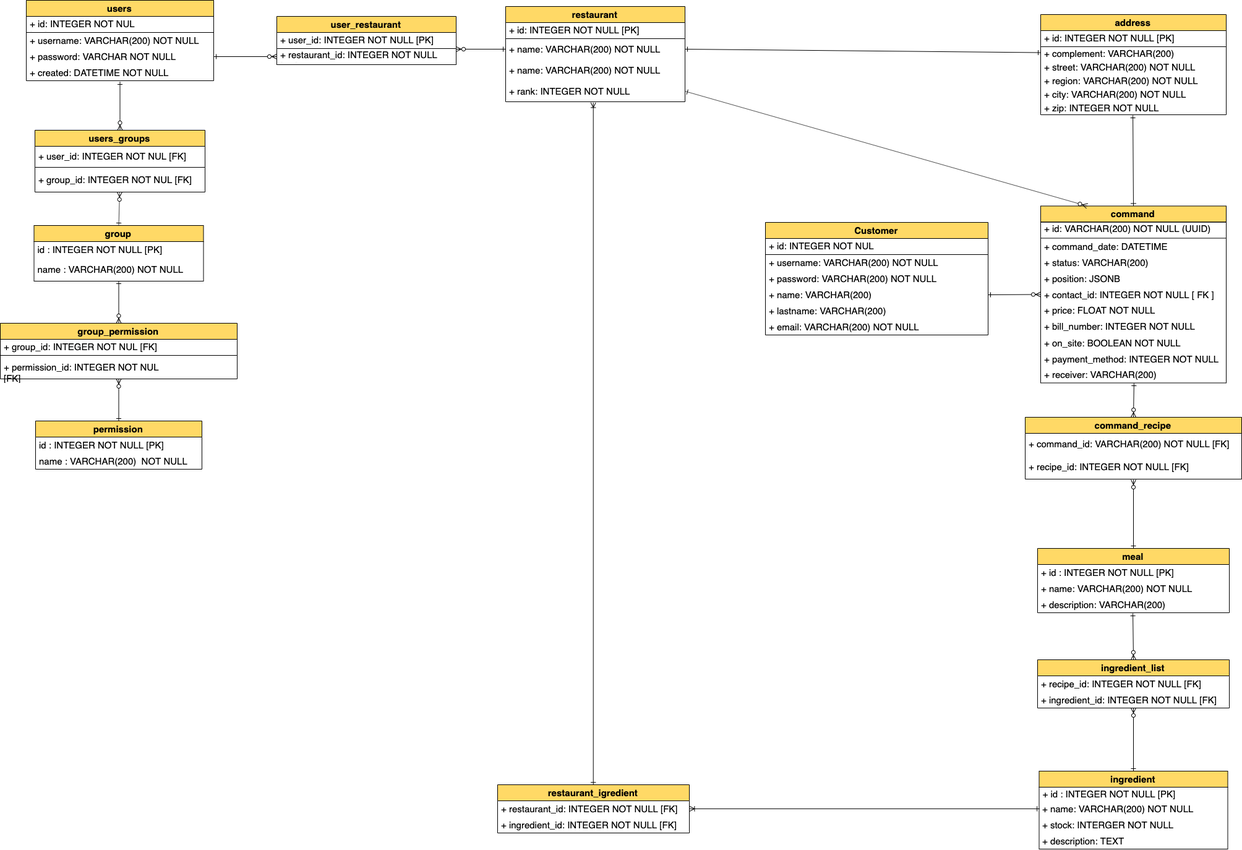
Before: docs/physical data model/physical data model pizzeria.png, a diagram exported from draw.io (ritchy7/cosotespi). Source tidied: cells renumbered, new cells last; positions are measured from the earlier drawing's top-left corner, leaving out a move shared by most shapes.
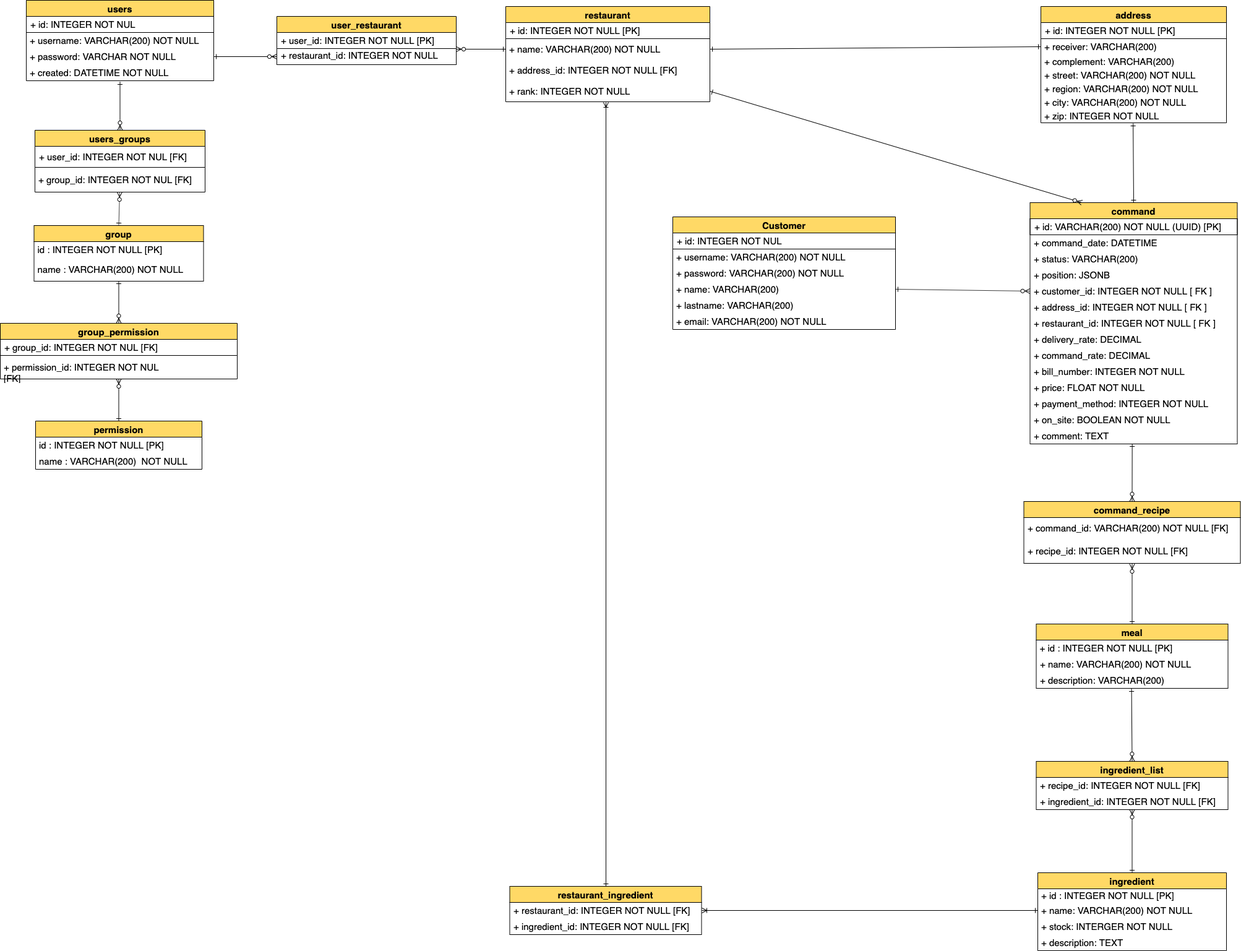
After the change.

Commit message:
create link between resturant and ingredient

What changed in the source:
```diff
@@ -75,7 +75,7 @@
       <mxGeometry y="104" width="303" height="26" as="geometry" />
     </mxCell>
     <mxCell id="26" value="Customer" style="swimlane;fontStyle=1;horizontal=1;startSize=26;fillColor=#FFD966;swimlaneFillColor=#ffffff;align=center;fontSize=15;strokeColor=#000000;verticalAlign=middle;" parent="1" vertex="1">
-      <mxGeometry x="1237" y="359" width="360" height="182" as="geometry" />
+      <mxGeometry x="1087" y="350" width="360" height="182" as="geometry" />
     </mxCell>
     <mxCell id="27" value="+ id: INTEGER NOT NUL [PK]" style="text;html=1;strokeColor=#000000;fillColor=none;align=left;verticalAlign=middle;spacingLeft=4;spacingRight=4;whiteSpace=wrap;overflow=hidden;fontSize=15;" parent="26" vertex="1">
       <mxGeometry y="26" width="360" height="26" as="geometry" />
@@ -96,7 +96,7 @@
       <mxGeometry y="156" width="360" height="26" as="geometry" />
     </mxCell>
     <mxCell id="33" value="command_recipe" style="swimlane;fontStyle=1;horizontal=1;startSize=26;fillColor=#FFD966;swimlaneFillColor=#ffffff;align=center;fontSize=15;strokeColor=#000000;verticalAlign=middle;" parent="1" vertex="1">
-      <mxGeometry x="1657" y="674" width="350" height="100" as="geometry" />
+      <mxGeometry x="1654.5" y="810" width="350" height="100" as="geometry" />
     </mxCell>
     <mxCell id="34" value="+ command_id: VARCHAR(200)&amp;nbsp;NOT NULL [FK]" style="text;html=1;strokeColor=none;fillColor=none;align=left;verticalAlign=middle;spacingLeft=4;spacingRight=4;whiteSpace=wrap;overflow=hidden;fontSize=15;" parent="33" vertex="1">
       <mxGeometry y="26" width="350" height="34" as="geometry" />
@@ -105,7 +105,7 @@
       <mxGeometry y="60" width="350" height="40" as="geometry" />
     </mxCell>
     <mxCell id="36" value="meal" style="swimlane;fontStyle=1;horizontal=1;startSize=26;fillColor=#FFD966;swimlaneFillColor=#ffffff;align=center;fontSize=15;strokeColor=#000000;verticalAlign=middle;" parent="1" vertex="1">
-      <mxGeometry x="1677" y="886" width="310" height="104" as="geometry" />
+      <mxGeometry x="1674.5" y="1008" width="310" height="104" as="geometry" />
     </mxCell>
     <mxCell id="37" value="+ id : INTEGER NOT NULL [PK]" style="text;strokeColor=none;fillColor=none;spacingLeft=4;spacingRight=4;overflow=hidden;fontSize=15;verticalAlign=middle;" parent="36" vertex="1">
       <mxGeometry y="26" width="310" height="26" as="geometry" />
@@ -117,7 +117,7 @@
       <mxGeometry y="78" width="310" height="26" as="geometry" />
     </mxCell>
     <mxCell id="40" value="ingredient_list" style="swimlane;fontStyle=1;horizontal=1;startSize=26;fillColor=#FFD966;swimlaneFillColor=#ffffff;align=center;fontSize=15;strokeColor=#000000;verticalAlign=middle;" parent="1" vertex="1">
-      <mxGeometry x="1677" y="1066" width="310" height="78" as="geometry" />
+      <mxGeometry x="1674.5" y="1230" width="310" height="78" as="geometry" />
     </mxCell>
     <mxCell id="41" value="+ recipe_id: INTEGER NOT NULL [FK]" style="text;html=1;strokeColor=none;fillColor=none;align=left;verticalAlign=middle;spacingLeft=4;spacingRight=4;whiteSpace=wrap;overflow=hidden;fontSize=15;" parent="40" vertex="1">
       <mxGeometry y="26" width="310" height="26" as="geometry" />
@@ -126,7 +126,7 @@
       <mxGeometry y="52" width="310" height="26" as="geometry" />
     </mxCell>
     <mxCell id="43" value="ingredient" style="swimlane;fontStyle=1;horizontal=1;startSize=26;fillColor=#FFD966;swimlaneFillColor=#ffffff;align=center;fontSize=15;strokeColor=#000000;verticalAlign=middle;" parent="1" vertex="1">
-      <mxGeometry x="1679.5" y="1246" width="305" height="126" as="geometry" />
+      <mxGeometry x="1677" y="1410" width="305" height="126" as="geometry" />
     </mxCell>
     <mxCell id="44" value="+ id : INTEGER NOT NULL [PK]" style="text;strokeColor=none;fillColor=none;spacingLeft=4;spacingRight=4;overflow=hidden;fontSize=15;verticalAlign=middle;" parent="43" vertex="1">
       <mxGeometry y="26" width="305" height="22" as="geometry" />
@@ -140,83 +140,98 @@
     <mxCell id="47" value="+ description: TEXT" style="text;html=1;strokeColor=none;fillColor=none;align=left;verticalAlign=middle;spacingLeft=4;spacingRight=4;whiteSpace=wrap;overflow=hidden;fontSize=15;" parent="43" vertex="1">
       <mxGeometry y="100" width="305" height="26" as="geometry" />
     </mxCell>
-    <mxCell id="48" value="command" style="swimlane;fontStyle=1;horizontal=1;startSize=26;fillColor=#FFD966;swimlaneFillColor=#ffffff;align=center;fontSize=15;strokeColor=#000000;verticalAlign=middle;" parent="1" vertex="1">
-      <mxGeometry x="1682" y="332.5" width="300" height="286" as="geometry" />
+    <mxCell id="48" value="command" style="swimlane;fontStyle=1;horizontal=1;startSize=26;fillColor=#FFD966;swimlaneFillColor=#ffffff;align=center;fontSize=15;strokeColor=#000000;verticalAlign=middle;spacing=2;" parent="1" vertex="1">
+      <mxGeometry x="1664.5" y="327" width="335" height="390" as="geometry" />
     </mxCell>
     <mxCell id="49" value="+ id: VARCHAR(200)&amp;nbsp;NOT NULL (UUID) [PK]" style="text;html=1;strokeColor=#000000;fillColor=none;align=left;verticalAlign=middle;spacingLeft=4;spacingRight=4;whiteSpace=wrap;overflow=hidden;fontSize=15;" parent="48" vertex="1">
-      <mxGeometry y="26" width="300" height="26" as="geometry" />
+      <mxGeometry y="26" width="335" height="26" as="geometry" />
     </mxCell>
     <mxCell id="50" value="+ command_date: DATETIME" style="text;html=1;strokeColor=none;fillColor=none;align=left;verticalAlign=middle;spacingLeft=4;spacingRight=4;whiteSpace=wrap;overflow=hidden;fontSize=15;" parent="48" vertex="1">
-      <mxGeometry y="52" width="300" height="26" as="geometry" />
+      <mxGeometry y="52" width="335" height="26" as="geometry" />
     </mxCell>
     <mxCell id="51" value="+ status: VARCHAR(200)" style="text;html=1;strokeColor=none;fillColor=none;align=left;verticalAlign=middle;spacingLeft=4;spacingRight=4;whiteSpace=wrap;overflow=hidden;fontSize=15;" parent="48" vertex="1">
-      <mxGeometry y="78" width="300" height="26" as="geometry" />
+      <mxGeometry y="78" width="335" height="26" as="geometry" />
     </mxCell>
     <mxCell id="52" value="+ position: JSONB" style="text;html=1;strokeColor=none;fillColor=none;align=left;verticalAlign=middle;spacingLeft=4;spacingRight=4;whiteSpace=wrap;overflow=hidden;fontSize=15;" parent="48" vertex="1">
-      <mxGeometry y="104" width="300" height="26" as="geometry" />
+      <mxGeometry y="104" width="335" height="26" as="geometry" />
     </mxCell>
-    <mxCell id="53" value="+ contact_id: INTEGER NOT NULL [ FK ]" style="text;html=1;strokeColor=none;fillColor=none;align=left;verticalAlign=middle;spacingLeft=4;spacingRight=4;whiteSpace=wrap;overflow=hidden;points=[[0,0.5],[1,0.5]];portConstraint=eastwest;fontSize=15;" parent="48" vertex="1">
-      <mxGeometry y="130" width="300" height="26" as="geometry" />
+    <mxCell id="53" value="+ customer_id: INTEGER NOT NULL [ FK ]" style="text;html=1;strokeColor=none;fillColor=none;align=left;verticalAlign=middle;spacingLeft=4;spacingRight=4;whiteSpace=wrap;overflow=hidden;points=[[0,0.5],[1,0.5]];portConstraint=eastwest;fontSize=15;" parent="48" vertex="1">
+      <mxGeometry y="130" width="335" height="26" as="geometry" />
     </mxCell>
+    <mxCell id="87" value="+ address_id: INTEGER NOT NULL [ FK ]" style="text;html=1;strokeColor=none;fillColor=none;align=left;verticalAlign=middle;spacingLeft=4;spacingRight=4;whiteSpace=wrap;overflow=hidden;fontSize=15;" parent="48" vertex="1">
+      <mxGeometry y="156" width="335" height="26" as="geometry" />
+    </mxCell>
+    <mxCell id="88" value="+ restaurant_id: INTEGER NOT NULL [ FK ]" style="text;html=1;strokeColor=none;fillColor=none;align=left;verticalAlign=middle;spacingLeft=4;spacingRight=4;whiteSpace=wrap;overflow=hidden;fontSize=15;" parent="48" vertex="1">
+      <mxGeometry y="182" width="335" height="26" as="geometry" />
+    </mxCell>
+    <mxCell id="89" value="+ delivery_rate: DECIMAL" style="text;html=1;strokeColor=none;fillColor=none;align=left;verticalAlign=middle;spacingLeft=4;spacingRight=4;whiteSpace=wrap;overflow=hidden;fontSize=15;" parent="48" vertex="1">
+      <mxGeometry y="208" width="335" height="26" as="geometry" />
+    </mxCell>
+    <mxCell id="90" value="+ command_rate: DECIMAL" style="text;html=1;strokeColor=none;fillColor=none;align=left;verticalAlign=middle;spacingLeft=4;spacingRight=4;whiteSpace=wrap;overflow=hidden;fontSize=15;" parent="48" vertex="1">
+      <mxGeometry y="234" width="335" height="26" as="geometry" />
+    </mxCell>
+    <mxCell id="55" value="+ bill_number: INTEGER NOT NULL" style="text;html=1;strokeColor=none;fillColor=none;align=left;verticalAlign=middle;spacingLeft=4;spacingRight=4;whiteSpace=wrap;overflow=hidden;fontSize=15;" parent="48" vertex="1">
+      <mxGeometry y="260" width="335" height="26" as="geometry" />
+    </mxCell>
     <mxCell id="54" value="+ price: FLOAT NOT NULL" style="text;html=1;strokeColor=none;fillColor=none;align=left;verticalAlign=middle;spacingLeft=4;spacingRight=4;whiteSpace=wrap;overflow=hidden;fontSize=15;" parent="48" vertex="1">
-      <mxGeometry y="156" width="300" height="26" as="geometry" />
+      <mxGeometry y="286" width="335" height="26" as="geometry" />
     </mxCell>
-    <mxCell id="55" value="+ bill_number: INTEGER NOT NULL" style="text;html=1;strokeColor=none;fillColor=none;align=left;verticalAlign=middle;spacingLeft=4;spacingRight=4;whiteSpace=wrap;overflow=hidden;fontSize=15;" parent="48" vertex="1">
-      <mxGeometry y="182" width="300" height="26" as="geometry" />
-    </mxCell>
+    <mxCell id="57" value="+ payment_method: INTEGER NOT NULL" style="text;html=1;strokeColor=none;fillColor=none;align=left;verticalAlign=middle;spacingLeft=4;spacingRight=4;whiteSpace=wrap;overflow=hidden;fontSize=15;" parent="48" vertex="1">
+      <mxGeometry y="312" width="335" height="26" as="geometry" />
+    </mxCell>
     <mxCell id="56" value="+ on_site: BOOLEAN NOT NULL" style="text;html=1;strokeColor=none;fillColor=none;align=left;verticalAlign=middle;spacingLeft=4;spacingRight=4;whiteSpace=wrap;overflow=hidden;fontSize=15;" parent="48" vertex="1">
-      <mxGeometry y="208" width="300" height="26" as="geometry" />
+      <mxGeometry y="338" width="335" height="26" as="geometry" />
     </mxCell>
-    <mxCell id="57" value="+ payment_method: INTEGER NOT NULL" style="text;html=1;strokeColor=none;fillColor=none;align=left;verticalAlign=middle;spacingLeft=4;spacingRight=4;whiteSpace=wrap;overflow=hidden;fontSize=15;" parent="48" vertex="1">
-      <mxGeometry y="234" width="300" height="26" as="geometry" />
-    </mxCell>
-    <mxCell id="58" value="+ receiver: VARCHAR(200)&amp;nbsp;" style="text;html=1;strokeColor=none;fillColor=none;align=left;verticalAlign=middle;spacingLeft=4;spacingRight=4;whiteSpace=wrap;overflow=hidden;points=[[0,0.5],[1,0.5]];portConstraint=eastwest;fontSize=15;" parent="48" vertex="1">
-      <mxGeometry y="260" width="300" height="26" as="geometry" />
-    </mxCell>
+    <mxCell id="91" value="+ comment: TEXT" style="text;html=1;strokeColor=none;fillColor=none;align=left;verticalAlign=middle;spacingLeft=4;spacingRight=4;whiteSpace=wrap;overflow=hidden;points=[[0,0.5],[1,0.5]];portConstraint=eastwest;fontSize=15;" parent="48" vertex="1">
+      <mxGeometry y="364" width="335" height="26" as="geometry" />
+    </mxCell>
     <mxCell id="59" style="rounded=0;jettySize=auto;html=1;entryX=0;entryY=0.5;entryDx=0;entryDy=0;endArrow=ERzeroToMany;endFill=1;startArrow=ERone;startFill=0;exitX=1;exitY=0.5;exitDx=0;exitDy=0;fontSize=15;verticalAlign=middle;" parent="1" edge="1" source="30" target="53">
       <mxGeometry relative="1" as="geometry" />
     </mxCell>
-    <mxCell id="60" style="edgeStyle=none;rounded=0;jettySize=auto;html=1;exitX=1;exitY=0.5;exitDx=0;exitDy=0;startArrow=ERone;startFill=0;endArrow=ERone;endFill=0;fontSize=15;verticalAlign=middle;" parent="1" edge="1" source="63" target="69">
+    <mxCell id="60" style="edgeStyle=none;rounded=0;jettySize=auto;html=1;exitX=1;exitY=0.5;exitDx=0;exitDy=0;startArrow=ERone;startFill=0;endArrow=ERone;endFill=0;fontSize=15;verticalAlign=middle;entryX=0;entryY=0.5;entryDx=0;entryDy=0;" parent="1" edge="1" source="63" target="58">
       <mxGeometry relative="1" as="geometry" />
     </mxCell>
     <mxCell id="61" value="restaurant" style="swimlane;fontStyle=1;horizontal=1;startSize=26;fillColor=#FFD966;swimlaneFillColor=#ffffff;align=center;fontSize=15;strokeColor=#000000;verticalAlign=middle;" parent="1" vertex="1">
-      <mxGeometry x="817" y="10" width="290" height="154" as="geometry" />
+      <mxGeometry x="817" y="10" width="330" height="154" as="geometry" />
     </mxCell>
     <mxCell id="62" value="+ id: INTEGER NOT NULL [PK]" style="text;html=1;strokeColor=#000000;fillColor=none;align=left;verticalAlign=middle;spacingLeft=4;spacingRight=4;whiteSpace=wrap;overflow=hidden;fontSize=15;" parent="61" vertex="1">
-      <mxGeometry y="26" width="290" height="26" as="geometry" />
+      <mxGeometry y="26" width="330" height="26" as="geometry" />
     </mxCell>
     <mxCell id="63" value="+ name: VARCHAR(200) NOT NULL" style="text;html=1;strokeColor=none;fillColor=none;align=left;verticalAlign=middle;spacingLeft=4;spacingRight=4;whiteSpace=wrap;overflow=hidden;points=[[0,0.5],[1,0.5]];portConstraint=eastwest;fontSize=15;" parent="61" vertex="1">
-      <mxGeometry y="52" width="290" height="34" as="geometry" />
+      <mxGeometry y="52" width="330" height="34" as="geometry" />
     </mxCell>
-    <mxCell id="64" value="+ name: VARCHAR(200) NOT NULL" style="text;html=1;strokeColor=none;fillColor=none;align=left;verticalAlign=middle;spacingLeft=4;spacingRight=4;whiteSpace=wrap;overflow=hidden;fontSize=15;" parent="61" vertex="1">
-      <mxGeometry y="86" width="290" height="34" as="geometry" />
+    <mxCell id="64" value="+ address_id: INTEGER NOT NULL [FK]" style="text;html=1;strokeColor=none;fillColor=none;align=left;verticalAlign=middle;spacingLeft=4;spacingRight=4;whiteSpace=wrap;overflow=hidden;fontSize=15;" parent="61" vertex="1">
+      <mxGeometry y="86" width="330" height="34" as="geometry" />
     </mxCell>
     <mxCell id="65" value="+ rank: INTEGER NOT NULL" style="text;html=1;strokeColor=none;fillColor=none;align=left;verticalAlign=middle;spacingLeft=4;spacingRight=4;whiteSpace=wrap;overflow=hidden;points=[[0,0.5],[1,0.5]];portConstraint=eastwest;fontSize=15;" parent="61" vertex="1">
-      <mxGeometry y="120" width="290" height="34" as="geometry" />
+      <mxGeometry y="120" width="330" height="34" as="geometry" />
     </mxCell>
     <mxCell id="66" style="edgeStyle=none;rounded=0;jettySize=auto;html=1;startArrow=ERone;startFill=0;endArrow=ERone;endFill=0;entryX=0.5;entryY=0;entryDx=0;entryDy=0;exitX=0.497;exitY=1.045;exitDx=0;exitDy=0;exitPerimeter=0;fontSize=15;verticalAlign=middle;" parent="1" edge="1" source="73" target="48">
       <mxGeometry relative="1" as="geometry" />
     </mxCell>
     <mxCell id="67" value="address" style="swimlane;fontStyle=1;horizontal=1;startSize=26;fillColor=#FFD966;swimlaneFillColor=#ffffff;align=center;fontSize=15;strokeColor=#000000;verticalAlign=middle;" parent="1" vertex="1">
-      <mxGeometry x="1682" y="23" width="300" height="162" as="geometry" />
+      <mxGeometry x="1682" y="10" width="300" height="188" as="geometry" />
     </mxCell>
     <mxCell id="68" value="+ id: INTEGER NOT NULL [PK]" style="text;html=1;strokeColor=#000000;fillColor=none;align=left;verticalAlign=middle;spacingLeft=4;spacingRight=4;whiteSpace=wrap;overflow=hidden;fontSize=15;" parent="67" vertex="1">
       <mxGeometry y="26" width="300" height="26" as="geometry" />
     </mxCell>
+    <mxCell id="58" value="+ receiver: VARCHAR(200)&amp;nbsp;" style="text;html=1;strokeColor=none;fillColor=none;align=left;verticalAlign=middle;spacingLeft=4;spacingRight=4;whiteSpace=wrap;overflow=hidden;points=[[0,0.5],[1,0.5]];portConstraint=eastwest;fontSize=15;" parent="67" vertex="1">
+      <mxGeometry y="52" width="300" height="26" as="geometry" />
+    </mxCell>
     <mxCell id="69" value="+ complement: VARCHAR(200)" style="text;html=1;strokeColor=none;fillColor=none;align=left;verticalAlign=middle;spacingLeft=4;spacingRight=4;whiteSpace=wrap;overflow=hidden;points=[[0,0.5],[1,0.5]];portConstraint=eastwest;fontSize=15;" parent="67" vertex="1">
-      <mxGeometry y="52" width="300" height="22" as="geometry" />
+      <mxGeometry y="78" width="300" height="22" as="geometry" />
     </mxCell>
     <mxCell id="70" value="+ street: VARCHAR(200)&amp;nbsp;NOT NULL" style="text;html=1;strokeColor=none;fillColor=none;align=left;verticalAlign=middle;spacingLeft=4;spacingRight=4;whiteSpace=wrap;overflow=hidden;fontSize=15;" parent="67" vertex="1">
-      <mxGeometry y="74" width="300" height="22" as="geometry" />
+      <mxGeometry y="100" width="300" height="22" as="geometry" />
     </mxCell>
     <mxCell id="71" value="+ region: VARCHAR(200)&amp;nbsp;NOT NULL" style="text;html=1;strokeColor=none;fillColor=none;align=left;verticalAlign=middle;spacingLeft=4;spacingRight=4;whiteSpace=wrap;overflow=hidden;fontSize=15;" parent="67" vertex="1">
-      <mxGeometry y="96" width="300" height="22" as="geometry" />
+      <mxGeometry y="122" width="300" height="22" as="geometry" />
     </mxCell>
     <mxCell id="72" value="+ city: VARCHAR(200)&amp;nbsp;NOT NULL" style="text;html=1;strokeColor=none;fillColor=none;align=left;verticalAlign=middle;spacingLeft=4;spacingRight=4;whiteSpace=wrap;overflow=hidden;fontSize=15;" parent="67" vertex="1">
-      <mxGeometry y="118" width="300" height="22" as="geometry" />
+      <mxGeometry y="144" width="300" height="22" as="geometry" />
     </mxCell>
     <mxCell id="73" value="+ zip: INTEGER NOT NULL" style="text;html=1;strokeColor=none;fillColor=none;align=left;verticalAlign=middle;spacingLeft=4;spacingRight=4;whiteSpace=wrap;overflow=hidden;points=[[0,0.5],[1,0.5]];portConstraint=eastwest;fontSize=15;" parent="67" vertex="1">
-      <mxGeometry y="140" width="300" height="22" as="geometry" />
+      <mxGeometry y="166" width="300" height="22" as="geometry" />
     </mxCell>
     <mxCell id="74" style="edgeStyle=none;rounded=0;orthogonalLoop=1;jettySize=auto;html=1;exitX=0.5;exitY=0;exitDx=0;exitDy=0;startArrow=ERone;startFill=0;endArrow=ERone;endFill=0;fontSize=15;verticalAlign=middle;" parent="1" edge="1" source="26" target="26">
       <mxGeometry relative="1" as="geometry" />
@@ -239,14 +254,14 @@
     <mxCell id="80" style="edgeStyle=none;rounded=0;jettySize=auto;html=1;exitX=1;exitY=0.5;exitDx=0;exitDy=0;entryX=0.25;entryY=0;entryDx=0;entryDy=0;endArrow=ERzeroToMany;endFill=1;startArrow=ERone;startFill=0;fontSize=15;verticalAlign=middle;" parent="1" edge="1" source="65" target="48">
       <mxGeometry relative="1" as="geometry" />
     </mxCell>
-    <mxCell id="81" style="edgeStyle=none;rounded=0;jettySize=auto;html=1;startArrow=ERone;startFill=0;endArrow=ERzeroToMany;endFill=1;exitX=0.503;exitY=1.019;exitDx=0;exitDy=0;exitPerimeter=0;entryX=0.5;entryY=0;entryDx=0;entryDy=0;fontSize=15;verticalAlign=middle;" parent="1" edge="1" source="58" target="33">
+    <mxCell id="81" style="edgeStyle=none;rounded=0;jettySize=auto;html=1;startArrow=ERone;startFill=0;endArrow=ERzeroToMany;endFill=1;entryX=0.5;entryY=0;entryDx=0;entryDy=0;fontSize=15;verticalAlign=middle;exitX=0.493;exitY=1;exitDx=0;exitDy=0;exitPerimeter=0;" parent="1" edge="1" source="91" target="33">
       <mxGeometry relative="1" as="geometry" />
     </mxCell>
     <mxCell id="82" style="edgeStyle=orthogonalEdgeStyle;rounded=0;jettySize=auto;html=1;exitX=0.5;exitY=0;exitDx=0;exitDy=0;entryX=0.49;entryY=1.029;entryDx=0;entryDy=0;entryPerimeter=0;fontSize=15;endArrow=ERoneToMany;endFill=0;startArrow=ERone;startFill=0;" parent="1" edge="1" source="83" target="65">
       <mxGeometry relative="1" as="geometry" />
     </mxCell>
-    <mxCell id="83" value="restaurant_igredient" style="swimlane;fontStyle=1;horizontal=1;startSize=26;fillColor=#FFD966;swimlaneFillColor=#ffffff;align=center;fontSize=15;strokeColor=#000000;verticalAlign=middle;" parent="1" vertex="1">
-      <mxGeometry x="804" y="1268" width="310" height="78" as="geometry" />
+    <mxCell id="83" value="restaurant_ingredient" style="swimlane;fontStyle=1;horizontal=1;startSize=26;fillColor=#FFD966;swimlaneFillColor=#ffffff;align=center;fontSize=15;strokeColor=#000000;verticalAlign=middle;" parent="1" vertex="1">
+      <mxGeometry x="823.5" y="1432" width="310" height="78" as="geometry" />
     </mxCell>
     <mxCell id="84" value="+ restaurant_id: INTEGER NOT NULL [FK]" style="text;html=1;strokeColor=none;fillColor=none;align=left;verticalAlign=middle;spacingLeft=4;spacingRight=4;whiteSpace=wrap;overflow=hidden;points=[[0,0.5],[1,0.5]];portConstraint=eastwest;fontSize=15;" parent="83" vertex="1">
       <mxGeometry y="26" width="310" height="26" as="geometry" />
```
